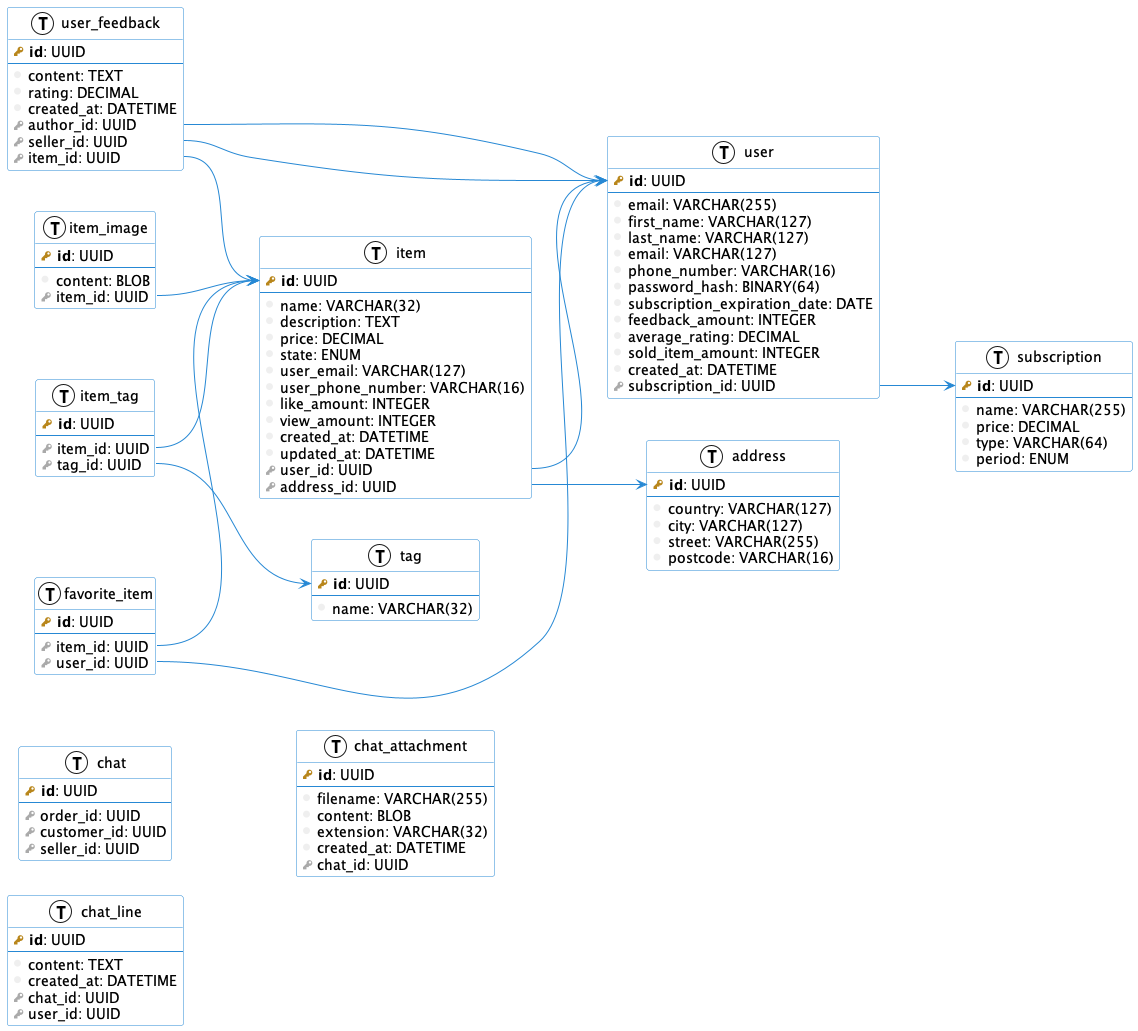
Above: images/db.png in danilshvalov/databases-lab (PlantUML), before the change.
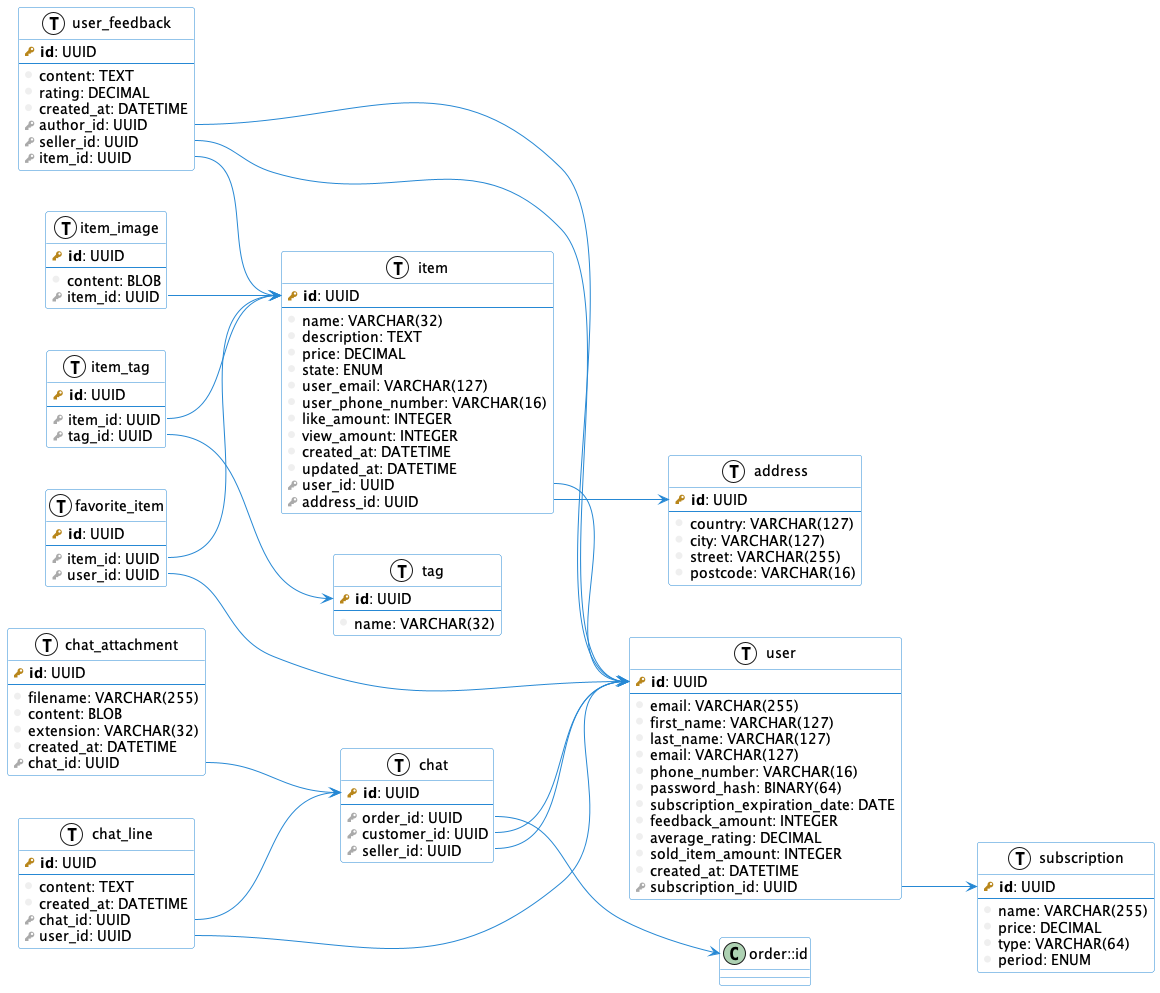
The same file after the commit.

Diff of the diagram source:
```diff
@@ -130,6 +130,10 @@
     foreign_key(seller_id): UUID
 }
 
+chat::order_id --> order::id
+chat::customer_id --> user::id
+chat::seller_id --> user::id
+
 table(chat_line) {
     primary_key(id): UUID
     --
@@ -138,6 +142,9 @@
     foreign_key(chat_id): UUID
     foreign_key(user_id): UUID
 }
+
+chat_line::chat_id --> chat::id
+chat_line::user_id --> user::id
 
 table(chat_attachment) {
     primary_key(id): UUID
@@ -149,4 +156,6 @@
     foreign_key(chat_id): UUID
 }
 
+chat_attachment::chat_id --> chat::id
+
 @enduml
```
